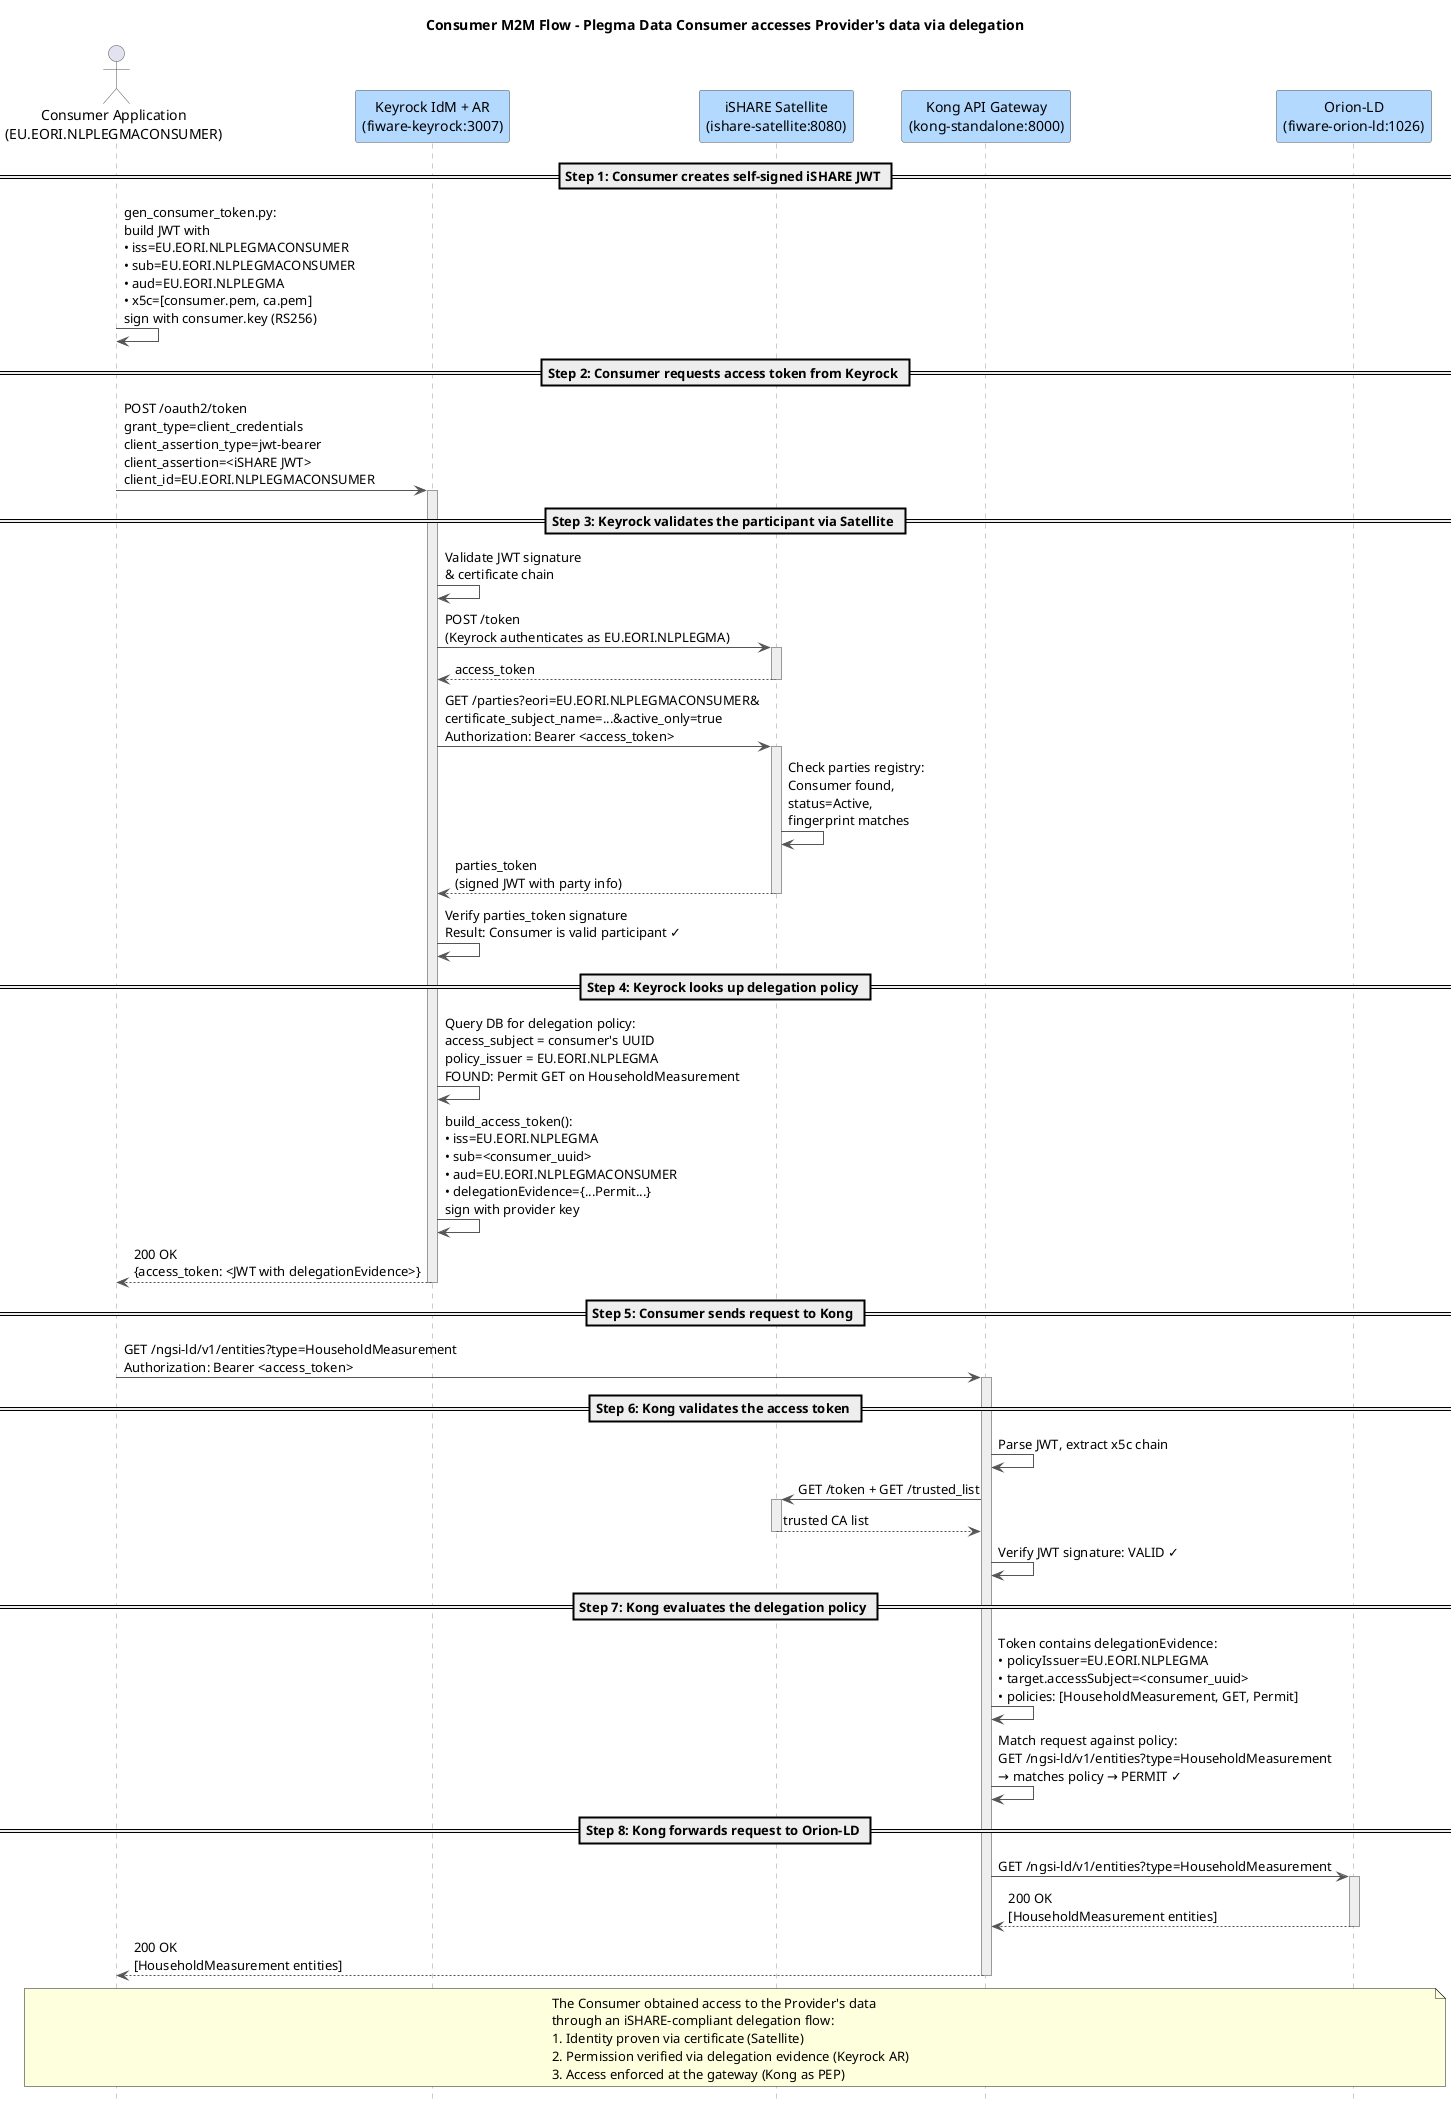
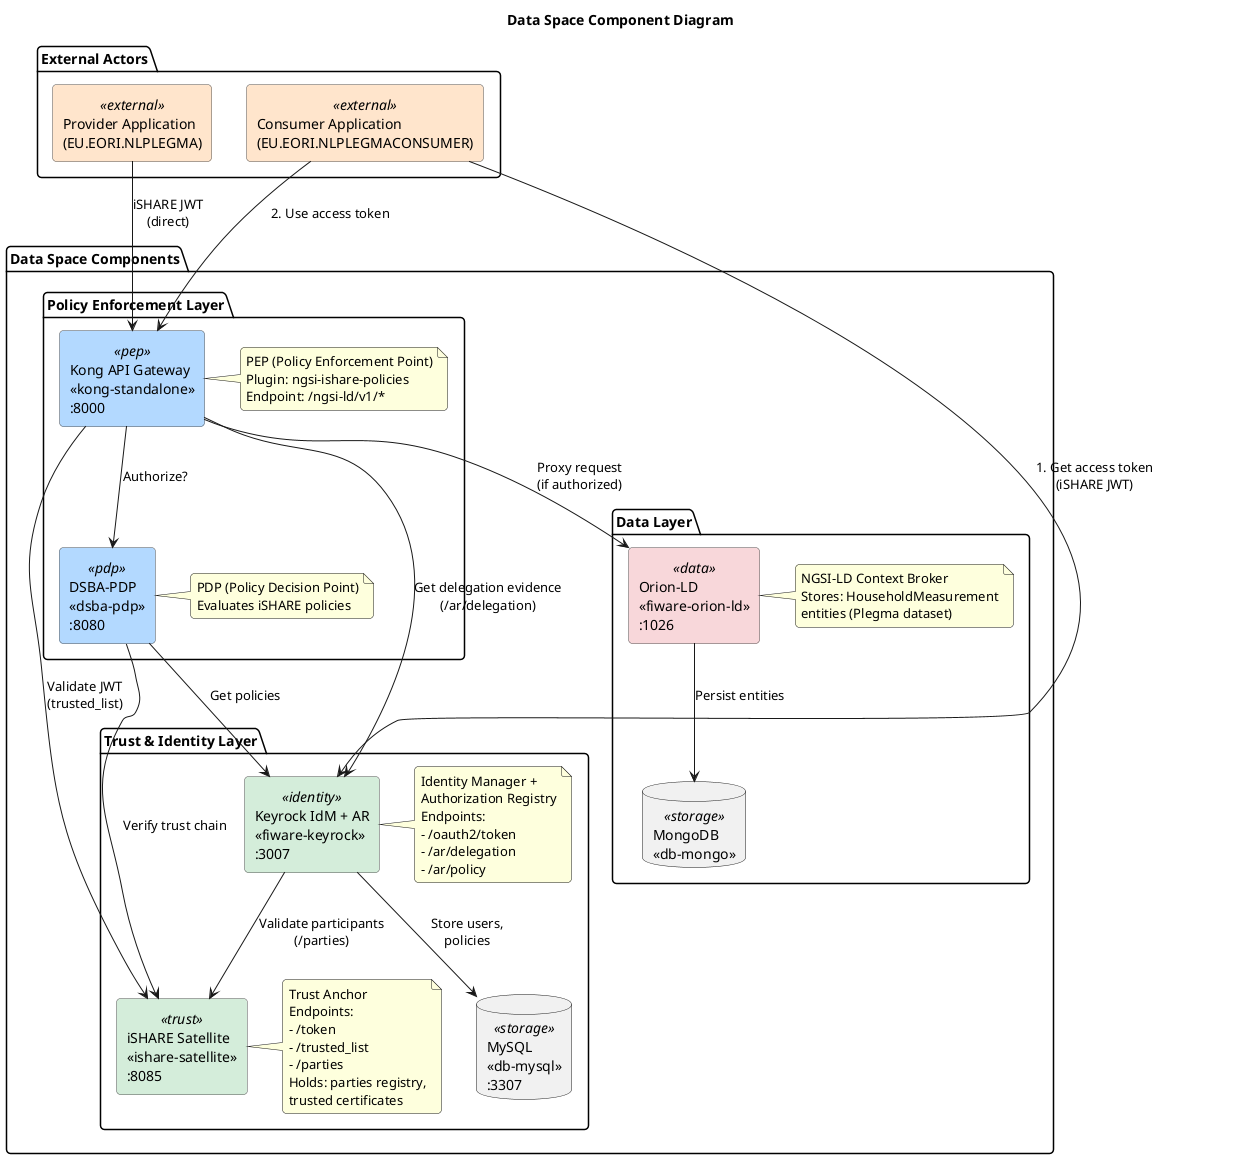
- @startuml consumer_sequence
- title Consumer M2M Flow - Plegma Data Consumer accesses Provider's data via delegation
- hide footbox
+ @startuml component_diagram
+ title Data Space Component Diagram

+ ' ──────────────────────────────────────────────────────────
+ ' Styling
+ ' ──────────────────────────────────────────────────────────
+ skinparam componentStyle rectangle
skinparam shadowing false
skinparam defaultFontName "Helvetica"
- skinparam sequence {
-     ArrowColor          #555555
-     ActorBorderColor    #555555
-     LifeLineBorderColor #999999
-     LifeLineBackgroundColor #EEEEEE
-     ParticipantBorderColor #555555
-     ParticipantBackgroundColor #B3D9FF
-     NoteBackgroundColor #FFF9C4
-     NoteBorderColor     #999999
+ skinparam roundCorner 8
+ 
+ skinparam component {
+     BackgroundColor<<external>> #FFE5CC
+     BackgroundColor<<pep>>      #B3D9FF
+     BackgroundColor<<pdp>>      #B3D9FF
+     BackgroundColor<<trust>>    #D4EDDA
+     BackgroundColor<<identity>> #D4EDDA
+     BackgroundColor<<data>>     #F8D7DA
+     BackgroundColor<<storage>>  #E2D5F0
+     BorderColor                 #555555
+     FontColor                   #000000
}

- actor "Consumer Application\n(EU.EORI.NLPLEGMACONSUMER)" as Consumer
- participant "Keyrock IdM + AR\n(fiware-keyrock:3007)" as Keyrock
- participant "iSHARE Satellite\n(ishare-satellite:8080)" as Satellite
- participant "Kong API Gateway\n(kong-standalone:8000)" as Kong
- participant "Orion-LD\n(fiware-orion-ld:1026)" as Orion
+ ' ──────────────────────────────────────────────────────────
+ ' External actors
+ ' ──────────────────────────────────────────────────────────
+ package "External Actors" {
+     [Provider Application\n(EU.EORI.NLPLEGMA)] as Provider <<external>>
+     [Consumer Application\n(EU.EORI.NLPLEGMACONSUMER)] as Consumer <<external>>
+ }

- == Step 1: Consumer creates self-signed iSHARE JWT ==
+ ' ──────────────────────────────────────────────────────────
+ ' Data Space Components
+ ' ──────────────────────────────────────────────────────────
+ package "Data Space Components" {

- Consumer -> Consumer : gen_consumer_token.py:\nbuild JWT with\n• iss=EU.EORI.NLPLEGMACONSUMER\n• sub=EU.EORI.NLPLEGMACONSUMER\n• aud=EU.EORI.NLPLEGMA\n• x5c=[consumer.pem, ca.pem]\nsign with consumer.key (RS256)
+     package "Policy Enforcement Layer" {
+         [Kong API Gateway\n<<kong-standalone>>\n:8000] as Kong <<pep>>
+         note right of Kong
+           PEP (Policy Enforcement Point)
+           Plugin: ngsi-ishare-policies
+           Endpoint: /ngsi-ld/v1/*
+         end note

- == Step 2: Consumer requests access token from Keyrock ==
+         [DSBA-PDP\n<<dsba-pdp>>\n:8080] as PDP <<pdp>>
+         note right of PDP
+           PDP (Policy Decision Point)
+           Evaluates iSHARE policies
+         end note
+     }

- Consumer -> Keyrock : POST /oauth2/token\ngrant_type=client_credentials\nclient_assertion_type=jwt-bearer\nclient_assertion=<iSHARE JWT>\nclient_id=EU.EORI.NLPLEGMACONSUMER
+     package "Trust & Identity Layer" {
+         [iSHARE Satellite\n<<ishare-satellite>>\n:8085] as Satellite <<trust>>
+         note right of Satellite
+           Trust Anchor
+           Endpoints:
+           - /token
+           - /trusted_list
+           - /parties
+           Holds: parties registry,
+           trusted certificates
+         end note

- activate Keyrock
+         [Keyrock IdM + AR\n<<fiware-keyrock>>\n:3007] as Keyrock <<identity>>
+         note right of Keyrock
+           Identity Manager +
+           Authorization Registry
+           Endpoints:
+           - /oauth2/token
+           - /ar/delegation
+           - /ar/policy
+         end note

- == Step 3: Keyrock validates the participant via Satellite ==
+         database "MySQL\n<<db-mysql>>\n:3307" as MySQL <<storage>>
+     }

- Keyrock -> Keyrock : Validate JWT signature\n& certificate chain
+     package "Data Layer" {
+         [Orion-LD\n<<fiware-orion-ld>>\n:1026] as Orion <<data>>
+         note right of Orion
+           NGSI-LD Context Broker
+           Stores: HouseholdMeasurement
+           entities (Plegma dataset)
+         end note

- Keyrock -> Satellite : POST /token\n(Keyrock authenticates as EU.EORI.NLPLEGMA)
- activate Satellite
- Satellite --> Keyrock : access_token
- deactivate Satellite
+         database "MongoDB\n<<db-mongo>>" as Mongo <<storage>>
+     }
+ }

- Keyrock -> Satellite : GET /parties?eori=EU.EORI.NLPLEGMACONSUMER&\ncertificate_subject_name=...&active_only=true\nAuthorization: Bearer <access_token>
- activate Satellite
- Satellite -> Satellite : Check parties registry:\nConsumer found,\nstatus=Active,\nfingerprint matches
- Satellite --> Keyrock : parties_token\n(signed JWT with party info)
- deactivate Satellite
+ ' ──────────────────────────────────────────────────────────
+ ' Relationships
+ ' ──────────────────────────────────────────────────────────
+ Provider --> Kong : "iSHARE JWT\n(direct)"
+ Consumer --> Keyrock : "1. Get access token\n(iSHARE JWT)"
+ Consumer --> Kong : "2. Use access token"

- Keyrock -> Keyrock : Verify parties_token signature\nResult: Consumer is valid participant ✓
+ Kong --> PDP : "Authorize?"
+ Kong --> Satellite : "Validate JWT\n(trusted_list)"
+ Kong --> Keyrock : "Get delegation evidence\n(/ar/delegation)"
+ Kong --> Orion : "Proxy request\n(if authorized)"

- == Step 4: Keyrock looks up delegation policy ==
+ PDP --> Satellite : "Verify trust chain"
+ PDP --> Keyrock : "Get policies"

- Keyrock -> Keyrock : Query DB for delegation policy:\naccess_subject = consumer's UUID\npolicy_issuer = EU.EORI.NLPLEGMA\nFOUND: Permit GET on HouseholdMeasurement
+ Keyrock --> Satellite : "Validate participants\n(/parties)"
+ Keyrock --> MySQL : "Store users,\npolicies"

- Keyrock -> Keyrock : build_access_token():\n• iss=EU.EORI.NLPLEGMA\n• sub=<consumer_uuid>\n• aud=EU.EORI.NLPLEGMACONSUMER\n• delegationEvidence={...Permit...}\nsign with provider key
- 
- Keyrock --> Consumer : 200 OK\n{access_token: <JWT with delegationEvidence>}
- deactivate Keyrock
- 
- == Step 5: Consumer sends request to Kong ==
- 
- Consumer -> Kong : GET /ngsi-ld/v1/entities?type=HouseholdMeasurement\nAuthorization: Bearer <access_token>
- 
- activate Kong
- 
- == Step 6: Kong validates the access token ==
- 
- Kong -> Kong : Parse JWT, extract x5c chain
- 
- Kong -> Satellite : GET /token + GET /trusted_list
- activate Satellite
- Satellite --> Kong : trusted CA list
- deactivate Satellite
- 
- Kong -> Kong : Verify JWT signature: VALID ✓
- 
- == Step 7: Kong evaluates the delegation policy ==
- 
- Kong -> Kong : Token contains delegationEvidence:\n• policyIssuer=EU.EORI.NLPLEGMA\n• target.accessSubject=<consumer_uuid>\n• policies: [HouseholdMeasurement, GET, Permit]
- 
- Kong -> Kong : Match request against policy:\nGET /ngsi-ld/v1/entities?type=HouseholdMeasurement\n→ matches policy → PERMIT ✓
- 
- == Step 8: Kong forwards request to Orion-LD ==
- 
- Kong -> Orion : GET /ngsi-ld/v1/entities?type=HouseholdMeasurement
- activate Orion
- Orion --> Kong : 200 OK\n[HouseholdMeasurement entities]
- deactivate Orion
- 
- Kong --> Consumer : 200 OK\n[HouseholdMeasurement entities]
- deactivate Kong
- 
- note over Consumer, Orion
- The Consumer obtained access to the Provider's data
- through an iSHARE-compliant delegation flow:
- 1. Identity proven via certificate (Satellite)
- 2. Permission verified via delegation evidence (Keyrock AR)
- 3. Access enforced at the gateway (Kong as PEP)
- end note
+ Orion --> Mongo : "Persist entities"

@enduml
